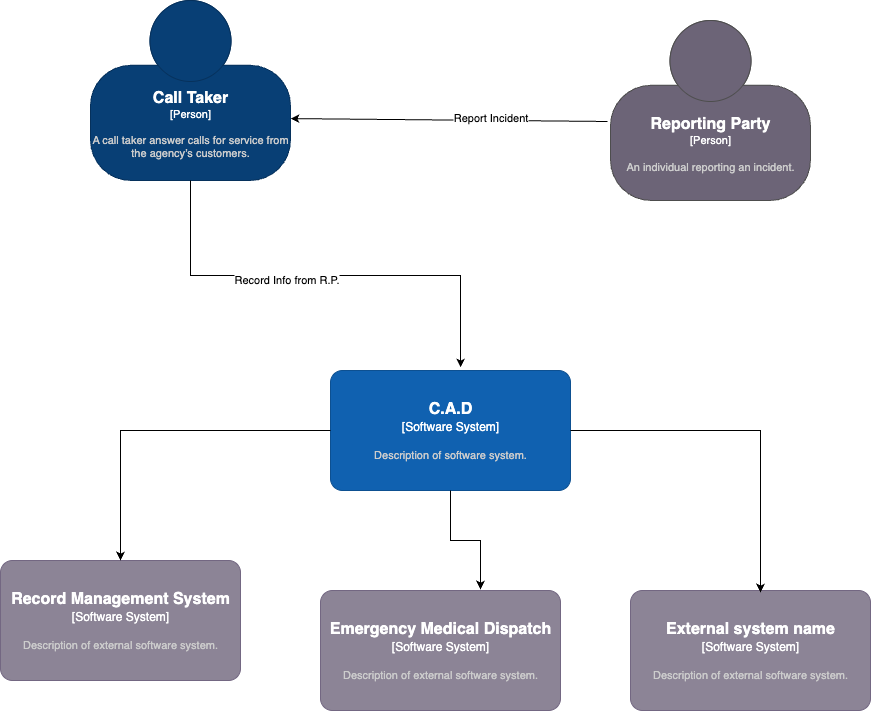
This is cad-system-context.drawio.png from aedenj/cad-system-design, a draw.io export, as it was before one commit. Source tidied: cells renumbered, new cells last; positions are measured from the earlier drawing's top-left corner, leaving out a move shared by most shapes.
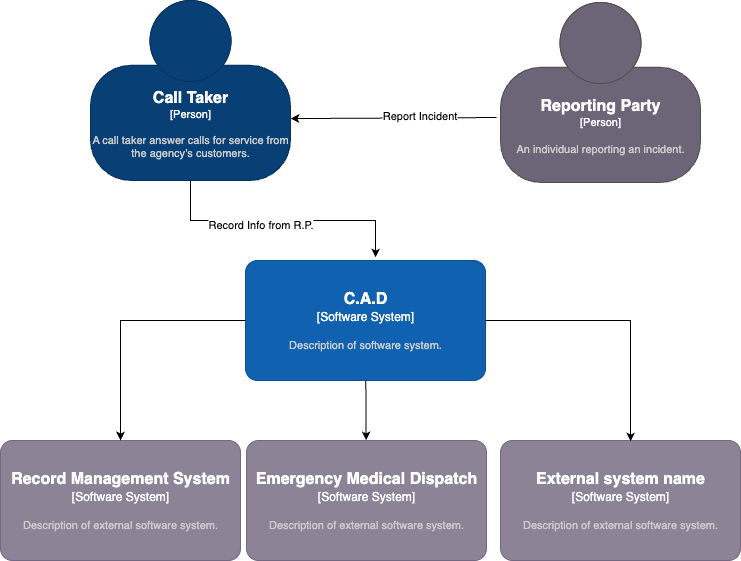
After the change.

Diff of the diagram source:
```diff
@@ -4,15 +4,15 @@
     <mxCell id="1" parent="0" />
     <object id="2" label="&lt;font style=&quot;font-size: 16px&quot;&gt;&lt;b&gt;%c4Name%&lt;/b&gt;&lt;/font&gt;&lt;div&gt;[%c4Type%]&lt;/div&gt;&lt;br&gt;&lt;div&gt;&lt;font style=&quot;font-size: 11px&quot;&gt;&lt;font color=&quot;#cccccc&quot;&gt;%c4Description%&lt;/font&gt;&lt;/div&gt;" c4Description="A call taker answer calls for service from the agency’s customers." c4Name="Call Taker" c4Type="Person" placeholders="1">
       <mxCell style="html=1;fontSize=11;dashed=0;whiteSpace=wrap;fillColor=#083F75;strokeColor=#06315C;fontColor=#ffffff;shape=mxgraph.c4.person2;align=center;points=[[0.5,0,0],[1,0.5,0],[1,0.75,0],[0.75,1,0],[0.5,1,0],[0.25,1,0],[0,0.75,0],[0,0.5,0]];" parent="1" vertex="1">
-        <mxGeometry x="90" width="200" height="180" as="geometry" />
+        <mxGeometry x="10" width="200" height="180" as="geometry" />
       </mxCell>
     </object>
     <object id="3" label="&lt;font style=&quot;font-size: 16px&quot;&gt;&lt;b&gt;%c4Name%&lt;/b&gt;&lt;/font&gt;&lt;div&gt;[%c4Type%]&lt;/div&gt;&lt;br&gt;&lt;div&gt;&lt;font style=&quot;font-size: 11px&quot;&gt;&lt;font color=&quot;#cccccc&quot;&gt;%c4Description%&lt;/font&gt;&lt;/div&gt;" c4Description="Description of software system." c4Name="C.A.D" c4Type="Software System" placeholders="1">
       <mxCell style="rounded=1;whiteSpace=wrap;html=1;labelBackgroundColor=none;fillColor=#1061B0;fontColor=#ffffff;align=center;arcSize=10;strokeColor=#0D5091;points=[[0.25,0,0],[0.5,0,0],[0.75,0,0],[1,0.25,0],[1,0.5,0],[1,0.75,0],[0.75,1,0],[0.5,1,0],[0.25,1,0],[0,0.75,0],[0,0.5,0],[0,0.25,0]];" parent="1" vertex="1">
-        <mxGeometry x="330" y="370" width="240" height="120" as="geometry" />
+        <mxGeometry x="165" y="260" width="240" height="120" as="geometry" />
       </mxCell>
     </object>
-    <mxCell id="4" style="edgeStyle=orthogonalEdgeStyle;rounded=0;jettySize=auto;html=1;exitX=0.5;exitY=1;exitDx=0;exitDy=0;exitPerimeter=0;entryX=0.542;entryY=-0.025;entryDx=0;entryDy=0;entryPerimeter=0;" parent="1" edge="1" source="2" target="3">
+    <mxCell id="4" style="rounded=0;jettySize=auto;html=1;exitX=0.5;exitY=1;exitDx=0;exitDy=0;exitPerimeter=0;entryX=0.542;entryY=-0.025;entryDx=0;entryDy=0;entryPerimeter=0;edgeStyle=orthogonalEdgeStyle;" parent="1" edge="1" source="2" target="3">
       <mxGeometry relative="1" as="geometry" />
     </mxCell>
     <mxCell id="5" value="Record Info from R.P." style="edgeLabel;html=1;align=center;verticalAlign=middle;" parent="4" vertex="1">
@@ -20,7 +20,7 @@
         <mxPoint y="1" as="offset" />
       </mxGeometry>
     </mxCell>
-    <mxCell id="6" style="rounded=0;jettySize=auto;html=1;exitX=-0.015;exitY=0.561;exitDx=0;exitDy=0;exitPerimeter=0;entryX=1;entryY=0.656;entryDx=0;entryDy=0;entryPerimeter=0;" parent="1" edge="1" source="8" target="2">
+    <mxCell id="6" style="rounded=0;jettySize=auto;html=1;entryX=1;entryY=0.656;entryDx=0;entryDy=0;entryPerimeter=0;exitX=-0.02;exitY=0.639;exitDx=0;exitDy=0;exitPerimeter=0;" parent="1" edge="1" source="8" target="2">
       <mxGeometry relative="1" as="geometry" />
     </mxCell>
     <mxCell id="7" value="Report Incident" style="edgeLabel;html=1;align=center;verticalAlign=middle;" parent="6" vertex="1">
@@ -28,31 +28,31 @@
     </mxCell>
     <object id="8" label="&lt;font style=&quot;font-size: 16px&quot;&gt;&lt;b&gt;%c4Name%&lt;/b&gt;&lt;/font&gt;&lt;div&gt;[%c4Type%]&lt;/div&gt;&lt;br&gt;&lt;div&gt;&lt;font style=&quot;font-size: 11px&quot;&gt;&lt;font color=&quot;#cccccc&quot;&gt;%c4Description%&lt;/font&gt;&lt;/div&gt;" c4Description="An individual reporting an incident. " c4Name="Reporting Party" c4Type="Person" placeholders="1">
       <mxCell style="html=1;fontSize=11;dashed=0;whiteSpace=wrap;fillColor=#6C6477;strokeColor=#4D4D4D;fontColor=#ffffff;shape=mxgraph.c4.person2;align=center;points=[[0.5,0,0],[1,0.5,0],[1,0.75,0],[0.75,1,0],[0.5,1,0],[0.25,1,0],[0,0.75,0],[0,0.5,0]];" parent="1" vertex="1">
-        <mxGeometry x="610" y="20" width="200" height="180" as="geometry" />
+        <mxGeometry x="420" y="2" width="200" height="180" as="geometry" />
       </mxCell>
     </object>
     <object id="9" label="&lt;font style=&quot;font-size: 16px&quot;&gt;&lt;b&gt;%c4Name%&lt;/b&gt;&lt;/font&gt;&lt;div&gt;[%c4Type%]&lt;/div&gt;&lt;br&gt;&lt;div&gt;&lt;font style=&quot;font-size: 11px&quot;&gt;&lt;font color=&quot;#cccccc&quot;&gt;%c4Description%&lt;/font&gt;&lt;/div&gt;" c4Description="Description of external software system." c4Name="Record Management System" c4Type="Software System" placeholders="1">
       <mxCell style="rounded=1;whiteSpace=wrap;html=1;labelBackgroundColor=none;fillColor=#8C8496;fontColor=#ffffff;align=center;arcSize=10;strokeColor=#736782;points=[[0.25,0,0],[0.5,0,0],[0.75,0,0],[1,0.25,0],[1,0.5,0],[1,0.75,0],[0.75,1,0],[0.5,1,0],[0.25,1,0],[0,0.75,0],[0,0.5,0],[0,0.25,0]];" parent="1" vertex="1">
-        <mxGeometry y="560" width="240" height="120" as="geometry" />
+        <mxGeometry x="-80" y="440" width="240" height="120" as="geometry" />
       </mxCell>
     </object>
-    <mxCell id="10" style="edgeStyle=orthogonalEdgeStyle;rounded=0;jettySize=auto;html=1;exitX=0;exitY=0.5;exitDx=0;exitDy=0;exitPerimeter=0;entryX=0.5;entryY=0;entryDx=0;entryDy=0;entryPerimeter=0;" parent="1" edge="1" source="3" target="9">
+    <mxCell id="10" style="edgeStyle=orthogonalEdgeStyle;rounded=0;jettySize=auto;html=1;exitX=0;exitY=0.5;exitDx=0;exitDy=0;exitPerimeter=0;" parent="1" edge="1" source="3" target="9">
       <mxGeometry relative="1" as="geometry" />
     </mxCell>
     <object id="11" label="&lt;font style=&quot;font-size: 16px&quot;&gt;&lt;b&gt;%c4Name%&lt;/b&gt;&lt;/font&gt;&lt;div&gt;[%c4Type%]&lt;/div&gt;&lt;br&gt;&lt;div&gt;&lt;font style=&quot;font-size: 11px&quot;&gt;&lt;font color=&quot;#cccccc&quot;&gt;%c4Description%&lt;/font&gt;&lt;/div&gt;" c4Description="Description of external software system." c4Name="Emergency Medical Dispatch" c4Type="Software System" placeholders="1">
       <mxCell style="rounded=1;whiteSpace=wrap;html=1;labelBackgroundColor=none;fillColor=#8C8496;fontColor=#ffffff;align=center;arcSize=10;strokeColor=#736782;points=[[0.25,0,0],[0.5,0,0],[0.75,0,0],[1,0.25,0],[1,0.5,0],[1,0.75,0],[0.75,1,0],[0.5,1,0],[0.25,1,0],[0,0.75,0],[0,0.5,0],[0,0.25,0]];" parent="1" vertex="1">
-        <mxGeometry x="320" y="590" width="240" height="120" as="geometry" />
+        <mxGeometry x="166" y="440" width="240" height="120" as="geometry" />
       </mxCell>
     </object>
-    <mxCell id="12" style="edgeStyle=orthogonalEdgeStyle;rounded=0;jettySize=auto;html=1;entryX=0.667;entryY=-0.008;entryDx=0;entryDy=0;entryPerimeter=0;" parent="1" edge="1" source="3" target="11">
+    <mxCell id="12" style="rounded=0;jettySize=auto;html=1;" parent="1" edge="1" source="3" target="11">
       <mxGeometry relative="1" as="geometry" />
     </mxCell>
     <object id="13" label="&lt;font style=&quot;font-size: 16px&quot;&gt;&lt;b&gt;%c4Name%&lt;/b&gt;&lt;/font&gt;&lt;div&gt;[%c4Type%]&lt;/div&gt;&lt;br&gt;&lt;div&gt;&lt;font style=&quot;font-size: 11px&quot;&gt;&lt;font color=&quot;#cccccc&quot;&gt;%c4Description%&lt;/font&gt;&lt;/div&gt;" c4Description="Description of external software system." c4Name="External system name" c4Type="Software System" placeholders="1">
       <mxCell style="rounded=1;whiteSpace=wrap;html=1;labelBackgroundColor=none;fillColor=#8C8496;fontColor=#ffffff;align=center;arcSize=10;strokeColor=#736782;points=[[0.25,0,0],[0.5,0,0],[0.75,0,0],[1,0.25,0],[1,0.5,0],[1,0.75,0],[0.75,1,0],[0.5,1,0],[0.25,1,0],[0,0.75,0],[0,0.5,0],[0,0.25,0]];" parent="1" vertex="1">
-        <mxGeometry x="630" y="590" width="240" height="120" as="geometry" />
+        <mxGeometry x="420" y="440" width="240" height="120" as="geometry" />
       </mxCell>
     </object>
-    <mxCell id="14" style="edgeStyle=orthogonalEdgeStyle;rounded=0;jettySize=auto;html=1;entryX=0.542;entryY=0.017;entryDx=0;entryDy=0;entryPerimeter=0;" parent="1" edge="1" source="3" target="13">
+    <mxCell id="14" style="edgeStyle=orthogonalEdgeStyle;rounded=0;jettySize=auto;html=1;exitX=1;exitY=0.5;exitDx=0;exitDy=0;exitPerimeter=0;entryX=0.542;entryY=0.008;entryDx=0;entryDy=0;entryPerimeter=0;" parent="1" edge="1" source="3" target="13">
       <mxGeometry relative="1" as="geometry" />
     </mxCell>
   </root>
```
